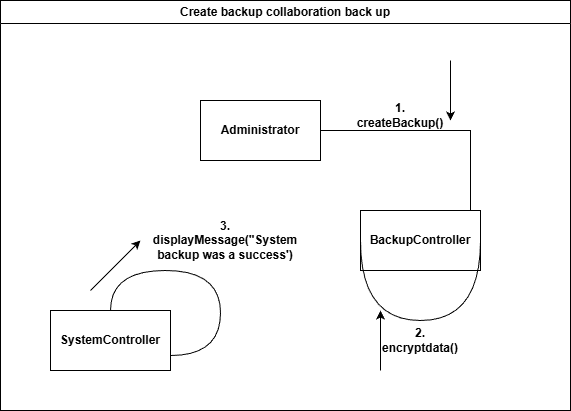
This is Week 8/create backup collaboration.png from John34263/Hospital-Administration-System, a draw.io export, as it was before one commit. Source tidied: cells renumbered, new cells last; positions are measured from the earlier drawing's top-left corner, leaving out a move shared by most shapes.
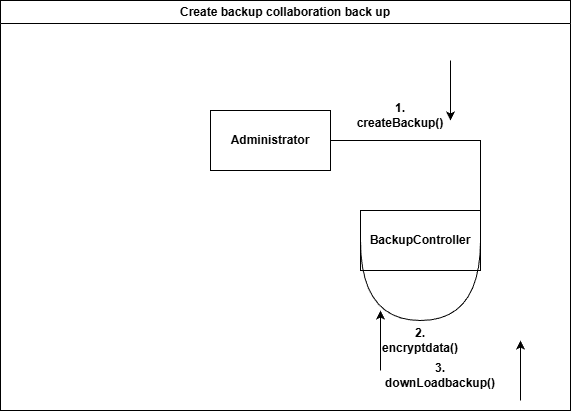
The same file after the commit.

Change to the diagram source:
```diff
@@ -3,11 +3,8 @@
     <mxCell id="0" />
     <mxCell id="1" parent="0" />
     <mxCell id="2" value="Create backup collaboration back up" style="swimlane;whiteSpace=wrap;html=1;swimlaneFillColor=default;" parent="1" vertex="1">
-      <mxGeometry width="570" height="410" as="geometry" />
+      <mxGeometry x="-10" y="-10" width="570" height="410" as="geometry" />
     </mxCell>
-    <mxCell id="3" value="&lt;b&gt;SystemController&lt;/b&gt;" style="whiteSpace=wrap;html=1;align=center;newEdgeStyle={&quot;edgeStyle&quot;:&quot;elbowEdgeStyle&quot;,&quot;startArrow&quot;:&quot;none&quot;,&quot;endArrow&quot;:&quot;none&quot;};" parent="2" vertex="1">
-      <mxGeometry x="50" y="310" width="120" height="60" as="geometry" />
-    </mxCell>
     <mxCell id="4" value="&lt;b&gt;BackupController&lt;/b&gt;" style="whiteSpace=wrap;html=1;align=center;newEdgeStyle={&quot;edgeStyle&quot;:&quot;elbowEdgeStyle&quot;,&quot;startArrow&quot;:&quot;none&quot;,&quot;endArrow&quot;:&quot;none&quot;};" parent="2" vertex="1">
       <mxGeometry x="360" y="210" width="120" height="60" as="geometry" />
     </mxCell>
@@ -19,15 +16,6 @@
         </Array>
       </mxGeometry>
     </mxCell>
-    <mxCell id="6" style="edgeStyle=orthogonalEdgeStyle;rounded=0;orthogonalLoop=1;jettySize=auto;html=1;startArrow=none;endArrow=none;exitX=0.5;exitY=0;exitDx=0;exitDy=0;entryX=1;entryY=0.75;entryDx=0;entryDy=0;curved=1;" parent="2" edge="1" source="3" target="3">
-      <mxGeometry relative="1" as="geometry">
-        <Array as="points">
-          <mxPoint x="110" y="270" />
-          <mxPoint x="220" y="270" />
-          <mxPoint x="220" y="355" />
-        </Array>
-      </mxGeometry>
-    </mxCell>
     <mxCell id="7" value="&lt;b&gt;1. createBackup()&lt;/b&gt;" style="text;html=1;whiteSpace=wrap;strokeColor=none;fillColor=none;align=center;verticalAlign=middle;rounded=0;" parent="2" vertex="1">
       <mxGeometry x="370" y="100" width="60" height="30" as="geometry" />
     </mxCell>
@@ -54,15 +42,9 @@
         </Array>
       </mxGeometry>
     </mxCell>
-    <mxCell id="11" style="endArrow=classic;html=1;rounded=0;" parent="2" edge="1">
-      <mxGeometry relative="1" as="geometry">
-        <mxPoint x="90" y="290" as="sourcePoint" />
-        <mxPoint x="140" y="240" as="targetPoint" />
-      </mxGeometry>
-    </mxCell>
-    <mxCell id="12" value="&lt;b&gt;3. displayMessage(&quot;System backup was a success')&lt;/b&gt;" style="text;html=1;whiteSpace=wrap;strokeColor=none;fillColor=none;align=center;verticalAlign=middle;rounded=0;" parent="2" vertex="1">
-      <mxGeometry x="195" y="225" width="60" height="30" as="geometry" />
-    </mxCell>
+    <mxCell id="15" value="&lt;b&gt;3. downLoadbackup()&lt;/b&gt;" style="text;html=1;whiteSpace=wrap;strokeColor=none;fillColor=none;align=center;verticalAlign=middle;rounded=0;" parent="2" vertex="1">
+      <mxGeometry x="410" y="360" width="60" height="30" as="geometry" />
+    </mxCell>
     <mxCell id="13" style="edgeStyle=elbowEdgeStyle;rounded=0;jettySize=auto;html=1;startArrow=none;endArrow=none;exitX=1;exitY=0.5;exitDx=0;exitDy=0;entryX=1;entryY=0;entryDx=0;entryDy=0;" parent="1" edge="1" source="14" target="4">
       <mxGeometry relative="1" as="geometry">
         <Array as="points">
@@ -73,5 +55,15 @@
     <mxCell id="14" value="&lt;b&gt;Administrator&lt;/b&gt;" style="whiteSpace=wrap;html=1;align=center;newEdgeStyle={&quot;edgeStyle&quot;:&quot;elbowEdgeStyle&quot;,&quot;startArrow&quot;:&quot;none&quot;,&quot;endArrow&quot;:&quot;none&quot;};" parent="1" vertex="1">
       <mxGeometry x="200" y="100" width="120" height="60" as="geometry" />
     </mxCell>
+    <mxCell id="16" style="edgeStyle=orthogonalEdgeStyle;orthogonalLoop=1;jettySize=auto;html=1;rounded=0;" parent="1" edge="1">
+      <mxGeometry relative="1" as="geometry">
+        <mxPoint x="510" y="390" as="sourcePoint" />
+        <mxPoint x="510" y="330" as="targetPoint" />
+        <Array as="points">
+          <mxPoint x="510" y="370" />
+          <mxPoint x="510" y="370" />
+        </Array>
+      </mxGeometry>
+    </mxCell>
   </root>
 </mxGraphModel>
```
